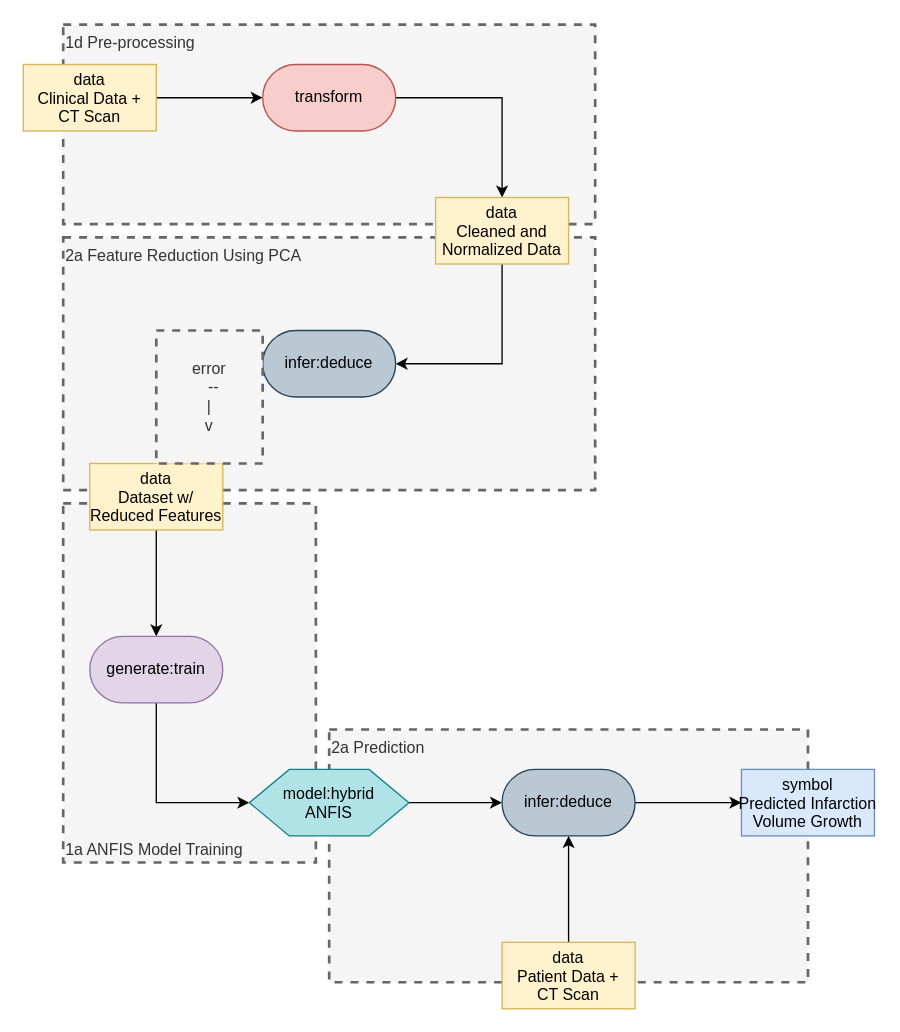
Above: page "Page-1" (1 of 2) of medical patterns to boxologies/Rules Embedded in ML architecture (REML)/Use of Combination of PCA and ANFIS in Infarction Volume Growth Rate Prediction in Ischemic Stroke.drawio in zonnesmit/thesis (draw.io), before the change. Source tidied: cells renumbered, new cells numbered last; positions are measured from the earlier drawing's top-left corner, leaving out a move shared by most shapes. Both pictures are drawn from the tidied source at 133%, with x=0, y=0 at pixel (23, 24).
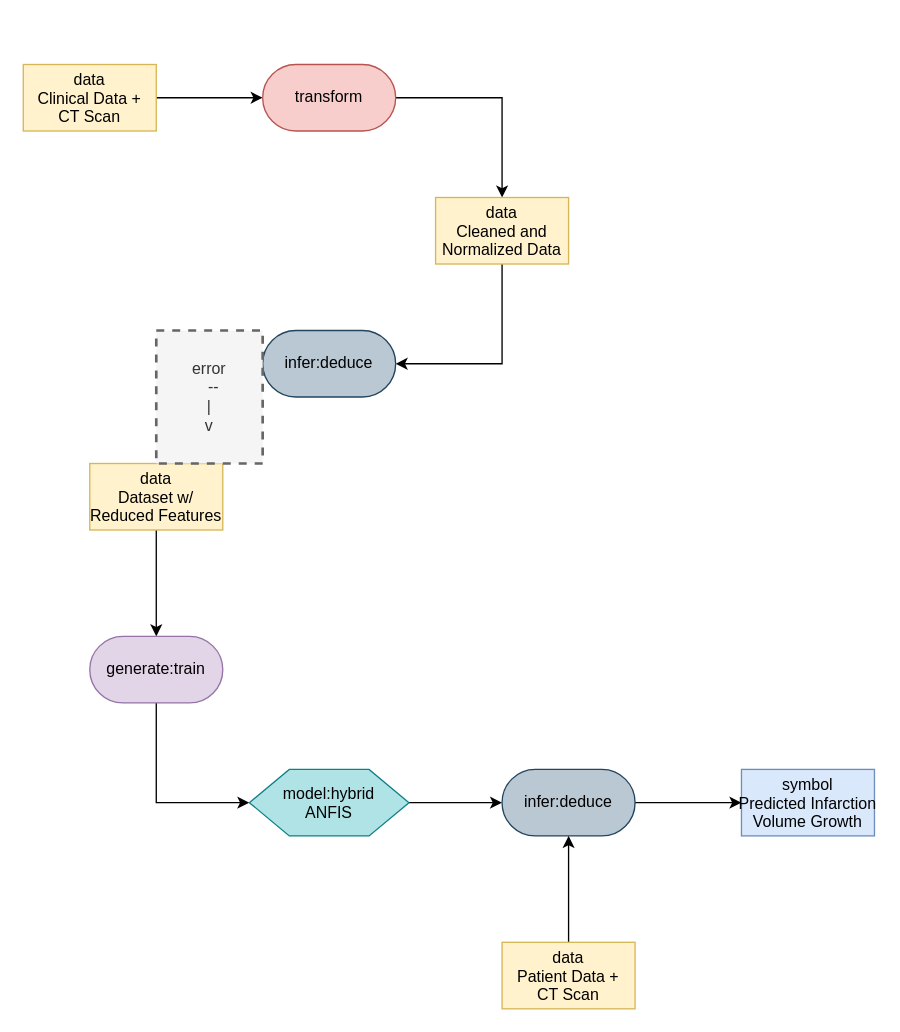
After the change.

What changed in the source:
```diff
@@
-    <mxCell id="2" value="2a Prediction" style="text;html=1;align=left;verticalAlign=top;whiteSpace=wrap;rounded=0;dashed=1;fillColor=#f5f5f5;fontColor=#333333;strokeColor=#666666;strokeWidth=2;" parent="1" vertex="1">
-      <mxGeometry x="230" y="530" width="360" height="190" as="geometry" />
-    </mxCell>
-    <mxCell id="3" value="1a ANFIS Model Training" style="text;html=1;align=left;verticalAlign=bottom;whiteSpace=wrap;rounded=0;dashed=1;fillColor=#f5f5f5;fontColor=#333333;strokeColor=#666666;strokeWidth=2;" parent="1" vertex="1">
-      <mxGeometry x="30" y="360" width="190" height="270" as="geometry" />
-    </mxCell>
-    <mxCell id="4" value="2a Feature Reduction Using PCA" style="text;html=1;align=left;verticalAlign=top;whiteSpace=wrap;rounded=0;dashed=1;fillColor=#f5f5f5;fontColor=#333333;strokeColor=#666666;strokeWidth=2;" parent="1" vertex="1">
-      <mxGeometry x="30" y="160" width="400" height="190" as="geometry" />
-    </mxCell>
-    <mxCell id="5" value="1d Pre-processing" style="text;html=1;align=left;verticalAlign=top;whiteSpace=wrap;rounded=0;dashed=1;fillColor=#f5f5f5;fontColor=#333333;strokeColor=#666666;strokeWidth=2;" parent="1" vertex="1">
-      <mxGeometry x="30" width="400" height="150" as="geometry" />
-    </mxCell>
```
